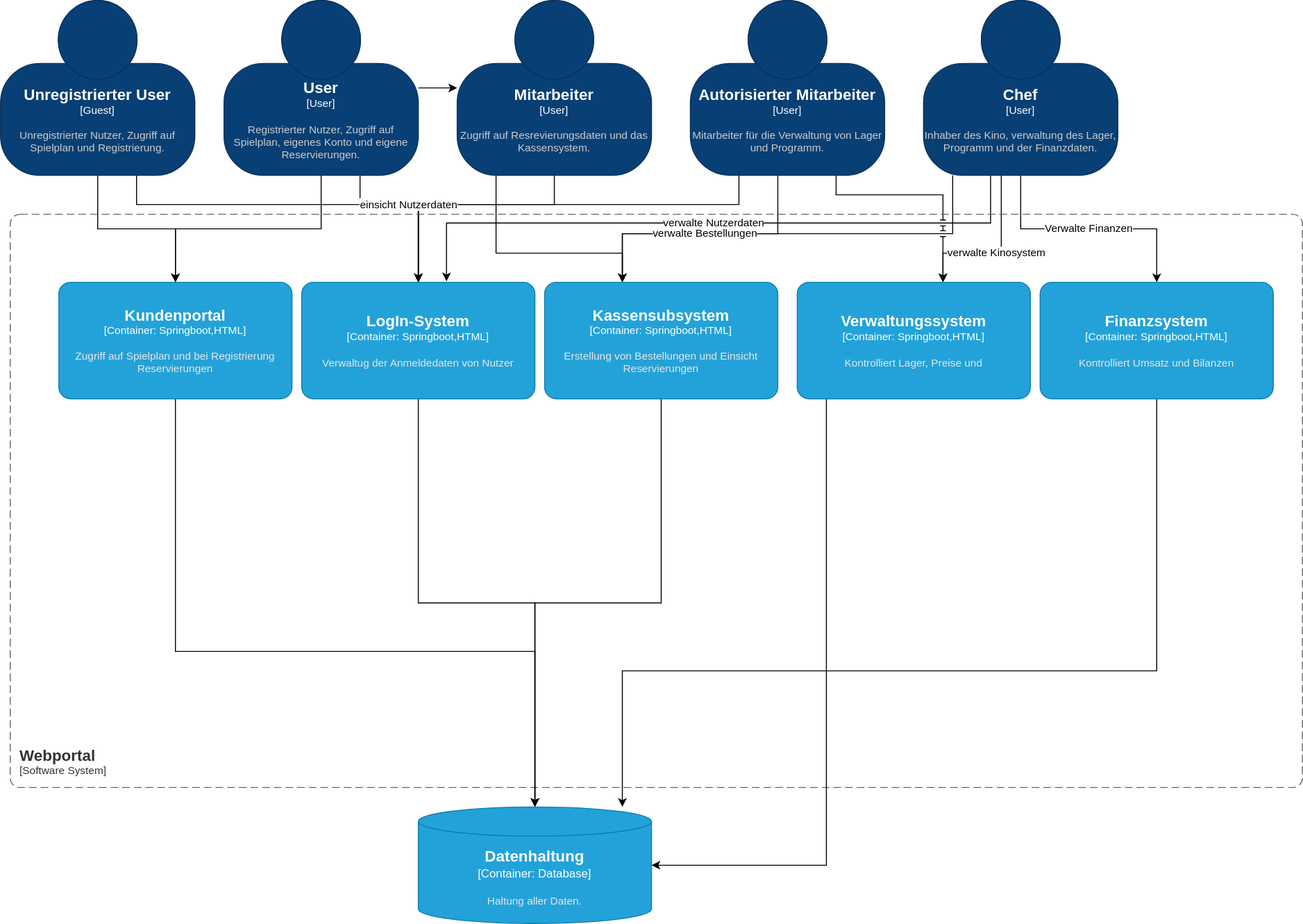
Above: src/main/asciidoc/models/analysis/Top-Level-Architektur/Top-Level-Architecture_C4_3.svg in Leonard0108/Anwendungsprogrammierung (draw.io), before the change. Source tidied: cells renumbered, new cells last; positions are measured from the earlier drawing's top-left corner, leaving out a move shared by most shapes.
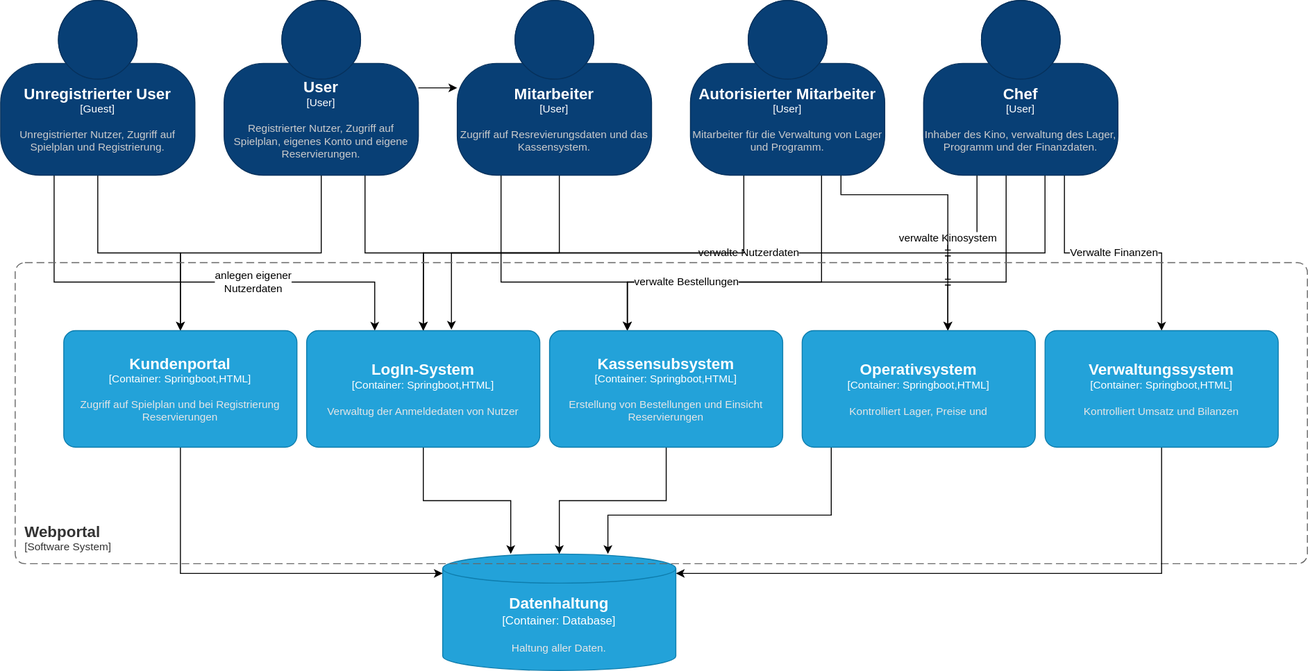
After the change.

Commit message:
Anpassung und Aufräumen Klassen und Top-Level-Diagramm

Change to the diagram source:
```diff
@@ -5,7 +5,7 @@
     <mxCell id="2" style="edgeStyle=orthogonalEdgeStyle;rounded=0;jettySize=auto;html=1;" parent="1" edge="1" source="6" target="26">
       <mxGeometry relative="1" as="geometry">
         <Array as="points">
-          <mxPoint x="980" y="240" />
+          <mxPoint x="1030" y="240" />
           <mxPoint x="640" y="240" />
         </Array>
       </mxGeometry>
@@ -13,33 +13,37 @@
     <mxCell id="3" value="verwalte Kinosystem" style="edgeStyle=orthogonalEdgeStyle;rounded=0;jettySize=auto;html=1;" parent="1" edge="1" source="6" target="28">
       <mxGeometry relative="1" as="geometry">
         <Array as="points">
-          <mxPoint x="1030" y="260" />
-          <mxPoint x="970" y="260" />
+          <mxPoint x="1000" y="190" />
+          <mxPoint x="970" y="190" />
         </Array>
       </mxGeometry>
     </mxCell>
-    <mxCell id="4" value="verwalte Nutzerdaten" style="edgeStyle=orthogonalEdgeStyle;rounded=0;orthogonalLoop=1;jettySize=auto;html=1;" parent="1" edge="1">
+    <mxCell id="4" value="verwalte Nutzerdaten" style="edgeStyle=orthogonalEdgeStyle;rounded=0;jettySize=auto;html=1;" parent="1" edge="1" source="6">
       <mxGeometry relative="1" as="geometry">
-        <mxPoint x="1019" y="179" as="sourcePoint" />
         <mxPoint x="459" y="289" as="targetPoint" />
         <Array as="points">
-          <mxPoint x="1019" y="229" />
-          <mxPoint x="459" y="229" />
+          <mxPoint x="1070" y="210" />
+          <mxPoint x="459" y="210" />
         </Array>
       </mxGeometry>
     </mxCell>
     <mxCell id="5" value="Verwalte Finanzen" style="edgeStyle=orthogonalEdgeStyle;rounded=0;jettySize=auto;html=1;" parent="1" edge="1" source="6" target="32">
-      <mxGeometry relative="1" as="geometry" />
+      <mxGeometry relative="1" as="geometry">
+        <Array as="points">
+          <mxPoint x="1090" y="210" />
+          <mxPoint x="1190" y="210" />
+        </Array>
+      </mxGeometry>
     </mxCell>
     <object id="6" label="&lt;font style=&quot;font-size: 16px&quot;&gt;&lt;b&gt;%c4Name%&lt;/b&gt;&lt;/font&gt;&lt;div&gt;[%c4Type%]&lt;/div&gt;&lt;br&gt;&lt;div&gt;&lt;font style=&quot;font-size: 11px&quot;&gt;&lt;font color=&quot;#cccccc&quot;&gt;%c4Description%&lt;/font&gt;&lt;/div&gt;" c4Description="Inhaber des Kino, verwaltung des Lager, Programm und der Finanzdaten." c4Name="Chef" c4Type="User" placeholders="1">
       <mxCell style="html=1;fontSize=11;dashed=0;whiteSpace=wrap;fillColor=#083F75;strokeColor=#06315C;fontColor=#ffffff;shape=mxgraph.c4.person2;align=center;points=[[0.5,0,0],[1,0.5,0],[1,0.75,0],[0.75,1,0],[0.5,1,0],[0.25,1,0],[0,0.75,0],[0,0.5,0]];" parent="1" vertex="1">
-        <mxGeometry x="950" width="200" height="180" as="geometry" />
+        <mxGeometry x="945" y="-50" width="200" height="180" as="geometry" />
       </mxCell>
     </object>
     <mxCell id="7" value="verwalte Bestellungen" style="edgeStyle=orthogonalEdgeStyle;rounded=0;jettySize=auto;html=1;" parent="1" edge="1" source="10" target="26">
-      <mxGeometry relative="1" as="geometry">
+      <mxGeometry x="0.39" relative="1" as="geometry">
         <Array as="points">
-          <mxPoint x="800" y="240" />
+          <mxPoint x="840" y="240" />
           <mxPoint x="640" y="240" />
         </Array>
       </mxGeometry>
@@ -47,12 +51,12 @@
     <mxCell id="8" style="edgeStyle=orthogonalEdgeStyle;rounded=0;jettySize=auto;html=1;jumpStyle=line;" parent="1" edge="1" source="10" target="28">
       <mxGeometry relative="1" as="geometry">
         <Array as="points">
-          <mxPoint x="860" y="200" />
-          <mxPoint x="970" y="200" />
+          <mxPoint x="860" y="150" />
+          <mxPoint x="970" y="150" />
         </Array>
       </mxGeometry>
     </mxCell>
-    <mxCell id="9" style="edgeStyle=orthogonalEdgeStyle;rounded=0;jettySize=auto;html=1;exitX=0.25;exitY=1;exitDx=0;exitDy=0;exitPerimeter=0;" parent="1" edge="1" source="10" target="30">
+    <mxCell id="9" style="edgeStyle=orthogonalEdgeStyle;rounded=0;jettySize=auto;html=1;" parent="1" edge="1" source="10" target="30">
       <mxGeometry relative="1" as="geometry">
         <Array as="points">
           <mxPoint x="760" y="210" />
@@ -62,14 +66,14 @@
     </mxCell>
     <object id="10" label="&lt;font style=&quot;font-size: 16px&quot;&gt;&lt;b&gt;%c4Name%&lt;/b&gt;&lt;/font&gt;&lt;div&gt;[%c4Type%]&lt;/div&gt;&lt;br&gt;&lt;div&gt;&lt;font style=&quot;font-size: 11px&quot;&gt;&lt;font color=&quot;#cccccc&quot;&gt;%c4Description%&lt;/font&gt;&lt;/div&gt;" c4Description="Mitarbeiter für die Verwaltung von Lager und Programm." c4Name="Autorisierter Mitarbeiter" c4Type="User" placeholders="1">
       <mxCell style="html=1;fontSize=11;dashed=0;whiteSpace=wrap;fillColor=#083F75;strokeColor=#06315C;fontColor=#ffffff;shape=mxgraph.c4.person2;align=center;points=[[0.5,0,0],[1,0.5,0],[1,0.75,0],[0.75,1,0],[0.5,1,0],[0.25,1,0],[0,0.75,0],[0,0.5,0]];" parent="1" vertex="1">
-        <mxGeometry x="710" width="200" height="180" as="geometry" />
+        <mxGeometry x="705" y="-50" width="200" height="180" as="geometry" />
       </mxCell>
     </object>
     <mxCell id="11" style="edgeStyle=orthogonalEdgeStyle;rounded=0;jettySize=auto;html=1;" parent="1" edge="1" source="13" target="26">
       <mxGeometry relative="1" as="geometry">
         <Array as="points">
-          <mxPoint x="510" y="260" />
-          <mxPoint x="640" y="260" />
+          <mxPoint x="510" y="240" />
+          <mxPoint x="640" y="240" />
         </Array>
       </mxGeometry>
     </mxCell>
@@ -84,7 +88,7 @@
     </mxCell>
     <object id="13" label="&lt;font style=&quot;font-size: 16px&quot;&gt;&lt;b&gt;%c4Name%&lt;/b&gt;&lt;/font&gt;&lt;div&gt;[%c4Type%]&lt;/div&gt;&lt;br&gt;&lt;div&gt;&lt;font style=&quot;font-size: 11px&quot;&gt;&lt;font color=&quot;#cccccc&quot;&gt;%c4Description%&lt;/font&gt;&lt;/div&gt;" c4Description="Zugriff auf Resrevierungsdaten und das Kassensystem." c4Name="Mitarbeiter" c4Type="User" placeholders="1">
       <mxCell style="html=1;fontSize=11;dashed=0;whiteSpace=wrap;fillColor=#083F75;strokeColor=#06315C;fontColor=#ffffff;shape=mxgraph.c4.person2;align=center;points=[[0.5,0,0],[1,0.5,0],[1,0.75,0],[0.75,1,0],[0.5,1,0],[0.25,1,0],[0,0.75,0],[0,0.5,0]];" parent="1" vertex="1">
-        <mxGeometry x="470" width="200" height="180" as="geometry" />
+        <mxGeometry x="465" y="-50" width="200" height="180" as="geometry" />
       </mxCell>
     </object>
     <mxCell id="14" style="edgeStyle=orthogonalEdgeStyle;rounded=0;jettySize=auto;html=1;" parent="1" edge="1" source="17" target="24">
@@ -93,7 +97,7 @@
     <mxCell id="15" style="edgeStyle=orthogonalEdgeStyle;rounded=0;jettySize=auto;html=1;" parent="1" edge="1" source="17" target="13">
       <mxGeometry relative="1" as="geometry">
         <Array as="points">
-          <mxPoint x="480" y="90" />
+          <mxPoint x="475" y="40" />
         </Array>
       </mxGeometry>
     </mxCell>
@@ -107,40 +111,39 @@
     </mxCell>
     <object id="17" label="&lt;font style=&quot;font-size: 16px&quot;&gt;&lt;b&gt;%c4Name%&lt;/b&gt;&lt;/font&gt;&lt;div&gt;[%c4Type%]&lt;/div&gt;&lt;br&gt;&lt;div&gt;&lt;font style=&quot;font-size: 11px&quot;&gt;&lt;font color=&quot;#cccccc&quot;&gt;%c4Description%&lt;/font&gt;&lt;/div&gt;" c4Description="Registrierter Nutzer, Zugriff auf Spielplan, eigenes Konto und eigene Reservierungen." c4Name="User" c4Type="User" placeholders="1">
       <mxCell style="html=1;fontSize=11;dashed=0;whiteSpace=wrap;fillColor=#083F75;strokeColor=#06315C;fontColor=#ffffff;shape=mxgraph.c4.person2;align=center;points=[[0.5,0,0],[1,0.5,0],[1,0.75,0],[0.75,1,0],[0.5,1,0],[0.25,1,0],[0,0.75,0],[0,0.5,0]];" parent="1" vertex="1">
-        <mxGeometry x="230" width="200" height="180" as="geometry" />
+        <mxGeometry x="225" y="-50" width="200" height="180" as="geometry" />
       </mxCell>
     </object>
     <object id="18" label="&lt;font style=&quot;font-size: 16px&quot;&gt;&lt;b&gt;%c4Type%&lt;/b&gt;&lt;/font&gt;&lt;div&gt;[%c4Container%:&amp;nbsp;%c4Technology%]&lt;/div&gt;&lt;br&gt;&lt;div&gt;&lt;font style=&quot;font-size: 11px&quot;&gt;&lt;font color=&quot;#E6E6E6&quot;&gt;%c4Description%&lt;/font&gt;&lt;/div&gt;" c4Container="Container" c4Description="Haltung aller Daten." c4Technology="Database" c4Type="Datenhaltung" placeholders="1">
       <mxCell style="shape=cylinder3;size=15;whiteSpace=wrap;html=1;boundedLbl=1;rounded=0;labelBackgroundColor=none;fillColor=#23A2D9;fontSize=12;fontColor=#ffffff;align=center;strokeColor=#0E7DAD;points=[[0.5,0,0],[1,0.25,0],[1,0.5,0],[1,0.75,0],[0.5,1,0],[0,0.75,0],[0,0.5,0],[0,0.25,0]];" parent="1" vertex="1">
-        <mxGeometry x="430" y="830" width="240" height="120" as="geometry" />
+        <mxGeometry x="450" y="520" width="240" height="120" as="geometry" />
       </mxCell>
     </object>
     <mxCell id="19" style="edgeStyle=orthogonalEdgeStyle;rounded=0;jettySize=auto;html=1;" parent="1" edge="1" source="21" target="24">
       <mxGeometry relative="1" as="geometry" />
     </mxCell>
-    <mxCell id="20" value="einsicht Nutzerdaten" style="edgeStyle=orthogonalEdgeStyle;rounded=0;jettySize=auto;html=1;" parent="1" edge="1" source="21" target="30">
-      <mxGeometry x="0.55" relative="1" as="geometry">
+    <mxCell id="20" value="anlegen eigener &lt;br&gt;Nutzerdaten" style="edgeStyle=orthogonalEdgeStyle;rounded=0;jettySize=auto;html=1;" parent="1" edge="1" source="21" target="30">
+      <mxGeometry x="0.29" relative="1" as="geometry">
         <Array as="points">
-          <mxPoint x="140" y="210" />
-          <mxPoint x="430" y="210" />
+          <mxPoint x="50" y="240" />
+          <mxPoint x="380" y="240" />
         </Array>
       </mxGeometry>
     </mxCell>
     <object id="21" label="&lt;font style=&quot;font-size: 16px&quot;&gt;&lt;b&gt;%c4Name%&lt;/b&gt;&lt;/font&gt;&lt;div&gt;[%c4Type%]&lt;/div&gt;&lt;br&gt;&lt;div&gt;&lt;font style=&quot;font-size: 11px&quot;&gt;&lt;font color=&quot;#cccccc&quot;&gt;%c4Description%&lt;/font&gt;&lt;/div&gt;" c4Description="Unregistrierter Nutzer, Zugriff auf Spielplan und Registrierung." c4Name="Unregistrierter User" c4Type="Guest" placeholders="1">
       <mxCell style="html=1;fontSize=11;dashed=0;whiteSpace=wrap;fillColor=#083F75;strokeColor=#06315C;fontColor=#ffffff;shape=mxgraph.c4.person2;align=center;points=[[0.5,0,0],[1,0.5,0],[1,0.75,0],[0.75,1,0],[0.5,1,0],[0.25,1,0],[0,0.75,0],[0,0.5,0]];" parent="1" vertex="1">
-        <mxGeometry width="200" height="180" as="geometry" />
+        <mxGeometry x="-5" y="-50" width="200" height="180" as="geometry" />
       </mxCell>
     </object>
     <object id="22" label="&lt;font style=&quot;font-size: 16px&quot;&gt;&lt;b&gt;&lt;div style=&quot;text-align: left&quot;&gt;%c4Name%&lt;/div&gt;&lt;/b&gt;&lt;/font&gt;&lt;div style=&quot;text-align: left&quot;&gt;[%c4Application%]&lt;/div&gt;" c4Application="Software System" c4Name="Webportal" c4Type="SystemScopeBoundary" placeholders="1">
       <mxCell style="rounded=1;fontSize=11;whiteSpace=wrap;html=1;dashed=1;arcSize=20;fillColor=none;strokeColor=#666666;fontColor=#333333;labelBackgroundColor=none;align=left;verticalAlign=bottom;labelBorderColor=none;spacingTop=0;spacing=10;dashPattern=8 4;perimeter=rectanglePerimeter;noLabel=0;labelPadding=0;absoluteArcSize=1;" parent="1" vertex="1">
-        <mxGeometry x="10" y="220" width="1330" height="590" as="geometry" />
+        <mxGeometry x="10" y="220" width="1330" height="310" as="geometry" />
       </mxCell>
     </object>
     <mxCell id="23" style="edgeStyle=orthogonalEdgeStyle;rounded=0;jettySize=auto;html=1;" parent="1" edge="1" source="24" target="18">
       <mxGeometry relative="1" as="geometry">
         <Array as="points">
-          <mxPoint x="180" y="670" />
-          <mxPoint x="550" y="670" />
+          <mxPoint x="180" y="540" />
         </Array>
       </mxGeometry>
     </mxCell>
@@ -160,17 +163,23 @@
     <mxCell id="27" style="edgeStyle=orthogonalEdgeStyle;rounded=0;jettySize=auto;html=1;" parent="1" edge="1" source="28" target="18">
       <mxGeometry relative="1" as="geometry">
         <Array as="points">
-          <mxPoint x="850" y="890" />
+          <mxPoint x="850" y="480" />
+          <mxPoint x="620" y="480" />
         </Array>
       </mxGeometry>
     </mxCell>
-    <object id="28" label="&lt;font style=&quot;font-size: 16px&quot;&gt;&lt;b&gt;%c4Name%&lt;/b&gt;&lt;/font&gt;&lt;div&gt;[%c4Type%: %c4Technology%]&lt;/div&gt;&lt;br&gt;&lt;div&gt;&lt;font style=&quot;font-size: 11px&quot;&gt;&lt;font color=&quot;#E6E6E6&quot;&gt;%c4Description%&lt;/font&gt;&lt;/div&gt;" c4Description="Kontrolliert Lager, Preise und " c4Name="Verwaltungssystem" c4Technology="Springboot,HTML" c4Type="Container" placeholders="1">
+    <object id="28" label="&lt;font style=&quot;font-size: 16px&quot;&gt;&lt;b&gt;%c4Name%&lt;/b&gt;&lt;/font&gt;&lt;div&gt;[%c4Type%: %c4Technology%]&lt;/div&gt;&lt;br&gt;&lt;div&gt;&lt;font style=&quot;font-size: 11px&quot;&gt;&lt;font color=&quot;#E6E6E6&quot;&gt;%c4Description%&lt;/font&gt;&lt;/div&gt;" c4Description="Kontrolliert Lager, Preise und " c4Name="Operativsystem" c4Technology="Springboot,HTML" c4Type="Container" placeholders="1">
       <mxCell style="rounded=1;whiteSpace=wrap;html=1;fontSize=11;labelBackgroundColor=none;fillColor=#23A2D9;fontColor=#ffffff;align=center;arcSize=10;strokeColor=#0E7DAD;points=[[0.25,0,0],[0.5,0,0],[0.75,0,0],[1,0.25,0],[1,0.5,0],[1,0.75,0],[0.75,1,0],[0.5,1,0],[0.25,1,0],[0,0.75,0],[0,0.5,0],[0,0.25,0]];" parent="1" vertex="1">
         <mxGeometry x="820" y="290" width="240" height="120" as="geometry" />
       </mxCell>
     </object>
     <mxCell id="29" style="edgeStyle=orthogonalEdgeStyle;rounded=0;jettySize=auto;html=1;" parent="1" edge="1" source="30" target="18">
-      <mxGeometry relative="1" as="geometry" />
+      <mxGeometry relative="1" as="geometry">
+        <Array as="points">
+          <mxPoint x="430" y="465" />
+          <mxPoint x="520" y="465" />
+        </Array>
+      </mxGeometry>
     </mxCell>
     <object id="30" label="&lt;font style=&quot;font-size: 16px&quot;&gt;&lt;b&gt;%c4Name%&lt;/b&gt;&lt;/font&gt;&lt;div&gt;[%c4Type%: %c4Technology%]&lt;/div&gt;&lt;br&gt;&lt;div&gt;&lt;font style=&quot;font-size: 11px&quot;&gt;&lt;font color=&quot;#E6E6E6&quot;&gt;%c4Description%&lt;/font&gt;&lt;/div&gt;" c4Description="Verwaltug der Anmeldedaten von Nutzer" c4Name="LogIn-System" c4Technology="Springboot,HTML" c4Type="Container" placeholders="1">
       <mxCell style="rounded=1;whiteSpace=wrap;html=1;fontSize=11;labelBackgroundColor=none;fillColor=#23A2D9;fontColor=#ffffff;align=center;arcSize=10;strokeColor=#0E7DAD;points=[[0.25,0,0],[0.5,0,0],[0.75,0,0],[1,0.25,0],[1,0.5,0],[1,0.75,0],[0.75,1,0],[0.5,1,0],[0.25,1,0],[0,0.75,0],[0,0.5,0],[0,0.25,0]];" parent="1" vertex="1">
@@ -180,12 +189,11 @@
     <mxCell id="31" style="edgeStyle=orthogonalEdgeStyle;rounded=0;jettySize=auto;html=1;" parent="1" edge="1" source="32" target="18">
       <mxGeometry relative="1" as="geometry">
         <Array as="points">
-          <mxPoint x="1190" y="690" />
-          <mxPoint x="640" y="690" />
+          <mxPoint x="1190" y="540" />
         </Array>
       </mxGeometry>
     </mxCell>
-    <object id="32" label="&lt;font style=&quot;font-size: 16px&quot;&gt;&lt;b&gt;%c4Name%&lt;/b&gt;&lt;/font&gt;&lt;div&gt;[%c4Type%: %c4Technology%]&lt;/div&gt;&lt;br&gt;&lt;div&gt;&lt;font style=&quot;font-size: 11px&quot;&gt;&lt;font color=&quot;#E6E6E6&quot;&gt;%c4Description%&lt;/font&gt;&lt;/div&gt;" c4Description="Kontrolliert Umsatz und Bilanzen" c4Name="Finanzsystem" c4Technology="Springboot,HTML" c4Type="Container" placeholders="1">
+    <object id="32" label="&lt;font style=&quot;font-size: 16px&quot;&gt;&lt;b&gt;%c4Name%&lt;/b&gt;&lt;/font&gt;&lt;div&gt;[%c4Type%: %c4Technology%]&lt;/div&gt;&lt;br&gt;&lt;div&gt;&lt;font style=&quot;font-size: 11px&quot;&gt;&lt;font color=&quot;#E6E6E6&quot;&gt;%c4Description%&lt;/font&gt;&lt;/div&gt;" c4Description="Kontrolliert Umsatz und Bilanzen" c4Name="Verwaltungssystem" c4Technology="Springboot,HTML" c4Type="Container" placeholders="1">
       <mxCell style="rounded=1;whiteSpace=wrap;html=1;fontSize=11;labelBackgroundColor=none;fillColor=#23A2D9;fontColor=#ffffff;align=center;arcSize=10;strokeColor=#0E7DAD;points=[[0.25,0,0],[0.5,0,0],[0.75,0,0],[1,0.25,0],[1,0.5,0],[1,0.75,0],[0.75,1,0],[0.5,1,0],[0.25,1,0],[0,0.75,0],[0,0.5,0],[0,0.25,0]];" parent="1" vertex="1">
         <mxGeometry x="1070" y="290" width="240" height="120" as="geometry" />
       </mxCell>
```
